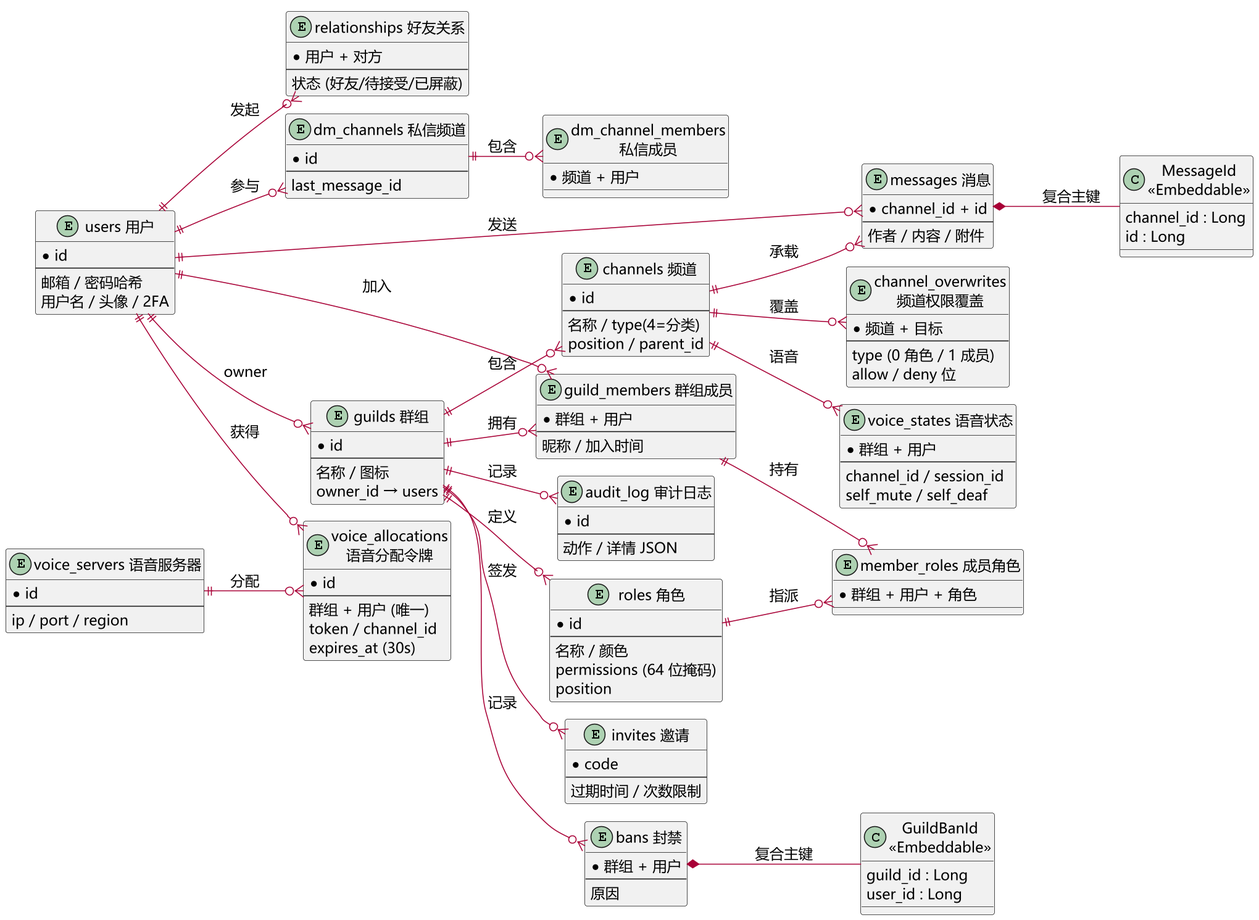
Earlier version of the PlantUML export docs/figures/fig4-2-er.png (Siegfried-Crowley/Chorus).
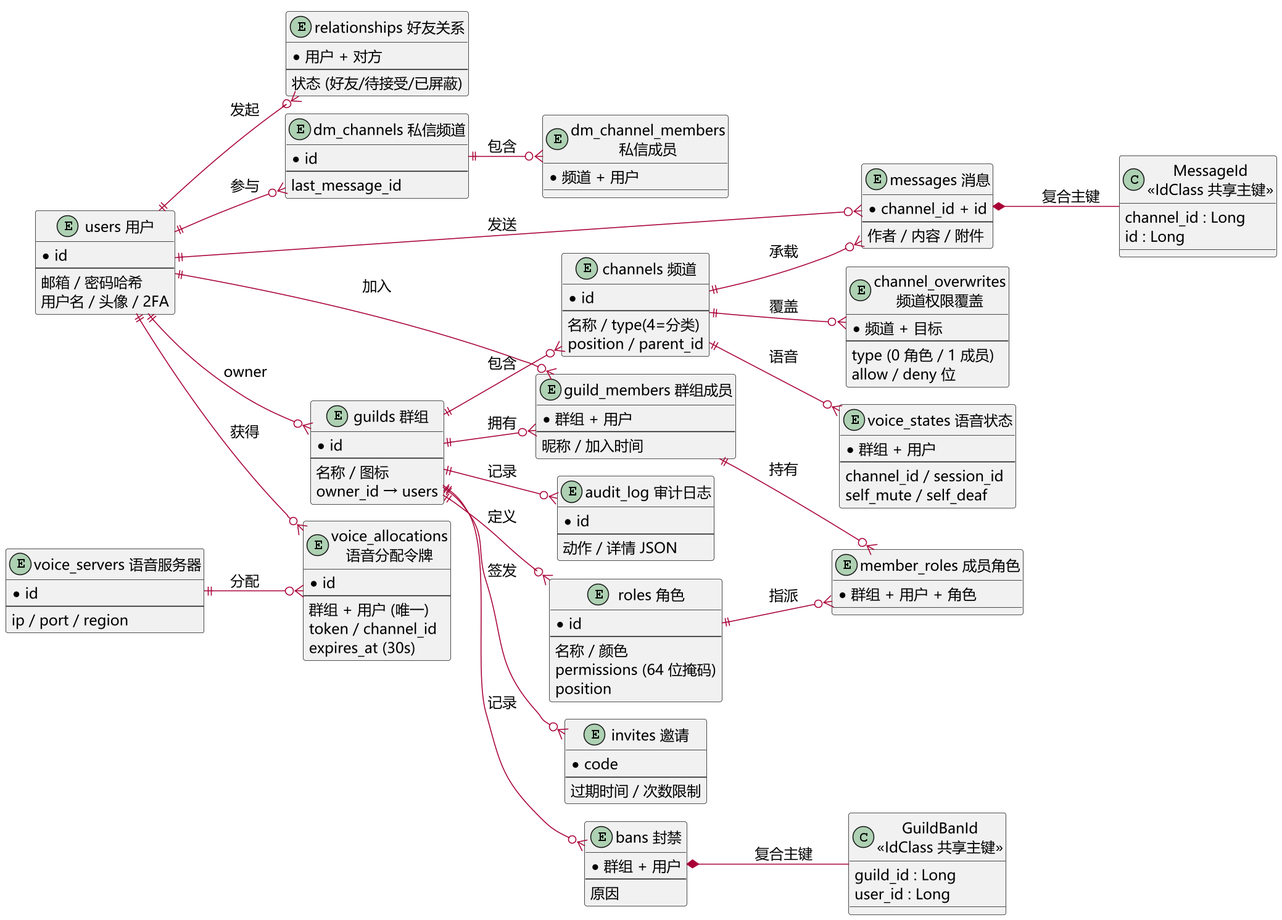
After the commit.

Commit message:
docs(figures): ER 图主键类标注改为 @IdClass 共享主键（与代码一致，非 @Embeddable）

The edit, as a diff of the source:
```diff
@@ -110,11 +110,11 @@
   expires_at (30s)
 }
 
-class "MessageId\n<<Embeddable>>" as MessageId {
+class "MessageId\n<<IdClass 共享主键>>" as MessageId {
   channel_id : Long
   id : Long
 }
-class "GuildBanId\n<<Embeddable>>" as GuildBanId {
+class "GuildBanId\n<<IdClass 共享主键>>" as GuildBanId {
   guild_id : Long
   user_id : Long
 }
```
